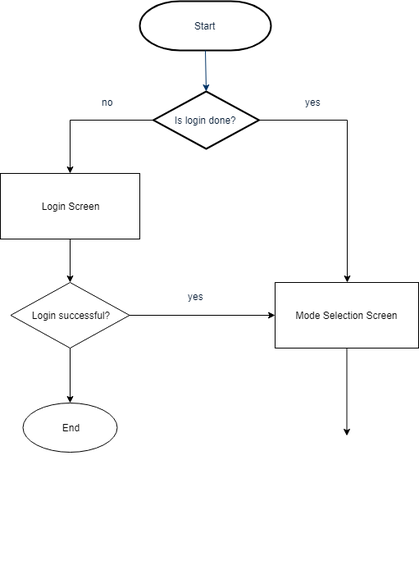
Above: Flowcharts/Login flowchart.png in AniG007/TreeCare-Tournament (draw.io), before the change. Source tidied: cells renumbered, new cells last; positions are measured from the earlier drawing's top-left corner, leaving out a move shared by most shapes.
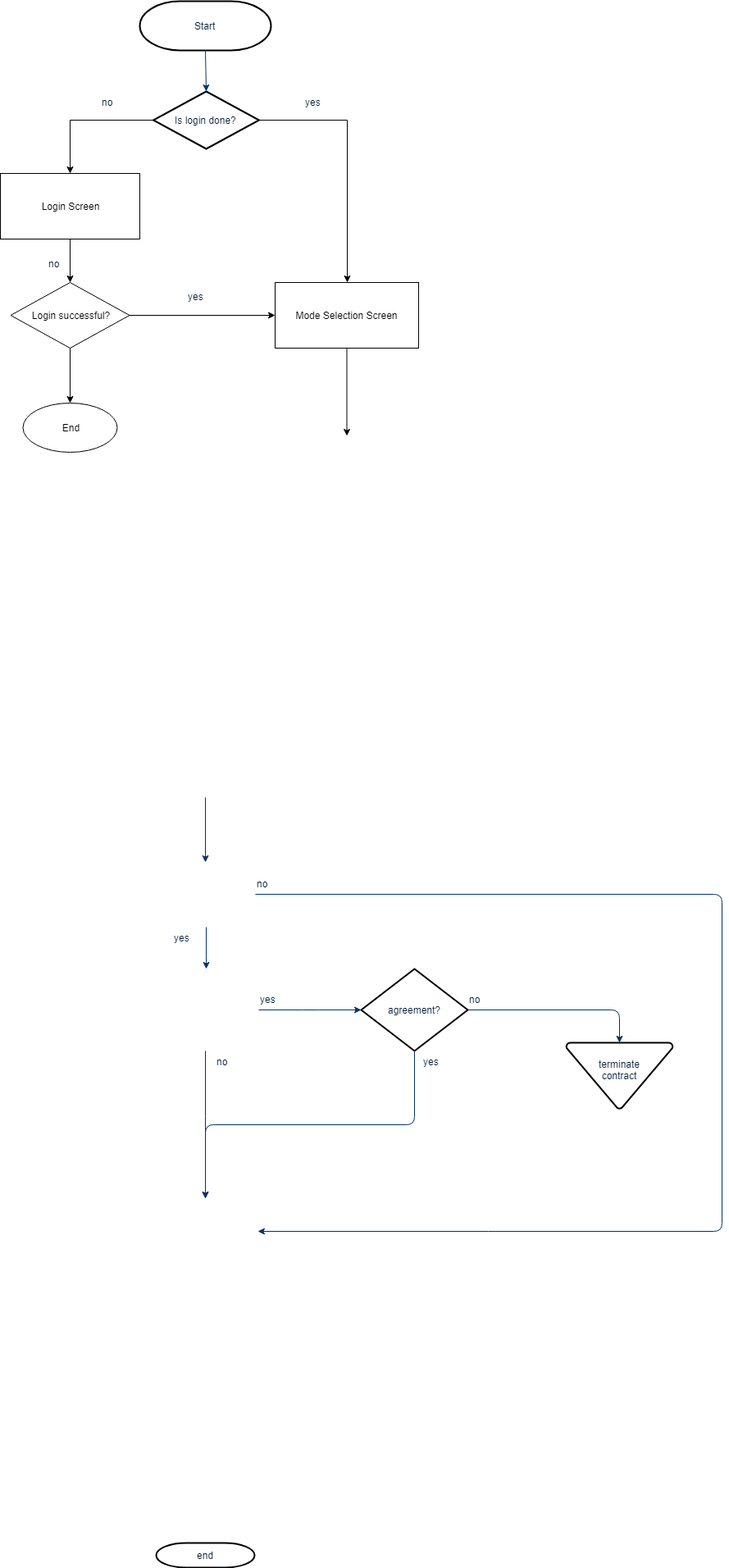
The same diagram one commit later.

Commit message:
Updated Login flowchart

The edit, as a diff of the source:
```diff
@@ -29,6 +29,77 @@
         <mxPoint x="310" y="690" as="targetPoint" />
       </mxGeometry>
     </mxCell>
+    <mxCell id="19" style="edgeStyle=elbowEdgeStyle;elbow=horizontal;exitX=0.5;exitY=0.9;exitPerimeter=0;fontColor=#001933;fontStyle=1;strokeColor=#003366;strokeWidth=1;html=1;" parent="1" edge="1">
+      <mxGeometry as="geometry">
+        <mxPoint x="250" y="971" as="sourcePoint" />
+        <mxPoint x="250" y="1050" as="targetPoint" />
+      </mxGeometry>
+    </mxCell>
+    <mxCell id="20" value="yes" style="text;fontColor=#001933;fontStyle=0;html=1;strokeColor=none;gradientColor=none;fillColor=none;strokeWidth=2;" parent="1" vertex="1">
+      <mxGeometry x="210" y="1128.5" width="40" height="26" as="geometry" />
+    </mxCell>
+    <mxCell id="21" value="agreement?" style="shape=mxgraph.flowchart.decision;fillColor=#FFFFFF;strokeColor=#000000;strokeWidth=2;gradientColor=none;gradientDirection=north;fontColor=#001933;fontStyle=0;html=1;" parent="1" vertex="1">
+      <mxGeometry x="440" y="1180" width="130" height="100" as="geometry" />
+    </mxCell>
+    <mxCell id="22" style="edgeStyle=elbowEdgeStyle;elbow=horizontal;exitX=0.5;exitY=1;exitPerimeter=0;fontColor=#001933;fontStyle=1;strokeColor=#003366;strokeWidth=1;html=1;" parent="1" edge="1">
+      <mxGeometry as="geometry">
+        <mxPoint x="251" y="1129" as="sourcePoint" />
+        <mxPoint x="251" y="1180" as="targetPoint" />
+      </mxGeometry>
+    </mxCell>
+    <mxCell id="23" style="edgeStyle=elbowEdgeStyle;elbow=horizontal;exitX=1;exitY=0.5;exitPerimeter=0;entryX=0;entryY=0.5;entryPerimeter=0;fontColor=#001933;fontStyle=1;strokeColor=#003366;strokeWidth=1;html=1;" parent="1" edge="1" target="21">
+      <mxGeometry as="geometry">
+        <mxPoint x="315" y="1230" as="sourcePoint" />
+      </mxGeometry>
+    </mxCell>
+    <mxCell id="24" value="terminate&#10;contract&#10;" style="shape=mxgraph.flowchart.merge_or_storage;fillColor=#FFFFFF;strokeColor=#000000;strokeWidth=2;gradientColor=none;gradientDirection=north;fontColor=#001933;fontStyle=0;html=1;" parent="1" vertex="1">
+      <mxGeometry x="690" y="1270" width="130" height="80.5" as="geometry" />
+    </mxCell>
+    <mxCell id="25" style="edgeStyle=elbowEdgeStyle;elbow=vertical;exitX=1;exitY=0.5;exitPerimeter=0;entryX=0.5;entryY=0;entryPerimeter=0;fontColor=#001933;fontStyle=1;strokeColor=#003366;strokeWidth=1;html=1;" parent="1" edge="1" source="21" target="24">
+      <mxGeometry as="geometry">
+        <Array as="points">
+          <mxPoint x="670" y="1230" />
+        </Array>
+      </mxGeometry>
+    </mxCell>
+    <mxCell id="26" style="edgeStyle=elbowEdgeStyle;elbow=vertical;exitX=0.5;exitY=1;exitPerimeter=0;fontColor=#001933;fontStyle=1;strokeColor=#003366;strokeWidth=1;html=1;" parent="1" edge="1">
+      <mxGeometry as="geometry">
+        <mxPoint x="250" y="1280" as="sourcePoint" />
+        <mxPoint x="250" y="1460" as="targetPoint" />
+      </mxGeometry>
+    </mxCell>
+    <mxCell id="27" style="edgeStyle=elbowEdgeStyle;elbow=vertical;exitX=0.5;exitY=1;exitPerimeter=0;entryX=0.5;entryY=0;entryPerimeter=0;fontColor=#001933;fontStyle=1;strokeColor=#003366;strokeWidth=1;html=1;" parent="1" edge="1" source="21">
+      <mxGeometry as="geometry">
+        <mxPoint x="250" y="1460" as="targetPoint" />
+      </mxGeometry>
+    </mxCell>
+    <mxCell id="28" value="end" style="shape=mxgraph.flowchart.terminator;fillColor=#FFFFFF;strokeColor=#000000;strokeWidth=2;gradientColor=none;gradientDirection=north;fontColor=#001933;fontStyle=0;html=1;" parent="1" vertex="1">
+      <mxGeometry x="190" y="1880" width="120" height="30" as="geometry" />
+    </mxCell>
+    <mxCell id="29" style="edgeStyle=elbowEdgeStyle;elbow=horizontal;exitX=1;exitY=0.5;exitPerimeter=0;entryX=0.905;entryY=0.5;entryPerimeter=0;fontColor=#001933;fontStyle=1;strokeColor=#003366;strokeWidth=1;html=1;" parent="1" edge="1">
+      <mxGeometry as="geometry">
+        <mxPoint x="311" y="1089" as="sourcePoint" />
+        <mxPoint x="314" y="1500" as="targetPoint" />
+        <Array as="points">
+          <mxPoint x="880" y="1290" />
+        </Array>
+      </mxGeometry>
+    </mxCell>
+    <mxCell id="30" value="no" style="text;fontColor=#001933;fontStyle=0;html=1;strokeColor=none;gradientColor=none;fillColor=none;strokeWidth=2;" parent="1" vertex="1">
+      <mxGeometry x="310.5" y="1063.2" width="40" height="26" as="geometry" />
+    </mxCell>
+    <mxCell id="31" value="yes" style="text;fontColor=#001933;fontStyle=0;html=1;strokeColor=none;gradientColor=none;fillColor=none;strokeWidth=2;" parent="1" vertex="1">
+      <mxGeometry x="315" y="1204" width="40" height="26" as="geometry" />
+    </mxCell>
+    <mxCell id="32" value="no" style="text;fontColor=#001933;fontStyle=0;html=1;strokeColor=none;gradientColor=none;fillColor=none;strokeWidth=2;align=center;" parent="1" vertex="1">
+      <mxGeometry x="250" y="1280" width="40" height="26" as="geometry" />
+    </mxCell>
+    <mxCell id="33" value="yes" style="text;fontColor=#001933;fontStyle=0;html=1;strokeColor=none;gradientColor=none;fillColor=none;strokeWidth=2;align=center;" parent="1" vertex="1">
+      <mxGeometry x="505" y="1280" width="40" height="26" as="geometry" />
+    </mxCell>
+    <mxCell id="34" value="no" style="text;fontColor=#001933;fontStyle=0;html=1;strokeColor=none;gradientColor=none;fillColor=none;strokeWidth=2;" parent="1" vertex="1">
+      <mxGeometry x="570" y="1204" width="40" height="26" as="geometry" />
+    </mxCell>
     <mxCell id="10" style="edgeStyle=orthogonalEdgeStyle;rounded=0;jettySize=auto;html=1;entryX=0.5;entryY=0;entryDx=0;entryDy=0;" parent="1" edge="1" source="11" target="16">
       <mxGeometry relative="1" as="geometry" />
     </mxCell>
@@ -58,5 +129,8 @@
     <mxCell id="18" value="End" style="ellipse;whiteSpace=wrap;html=1;" parent="1" vertex="1">
       <mxGeometry x="27.5" y="490" width="115" height="60" as="geometry" />
     </mxCell>
+    <mxCell id="35" value="no" style="text;fontColor=#001933;fontStyle=0;html=1;strokeColor=none;gradientColor=none;fillColor=none;strokeWidth=2;align=center;" parent="1" vertex="1">
+      <mxGeometry x="45" y="307" width="40" height="26" as="geometry" />
+    </mxCell>
   </root>
 </mxGraphModel>
```
